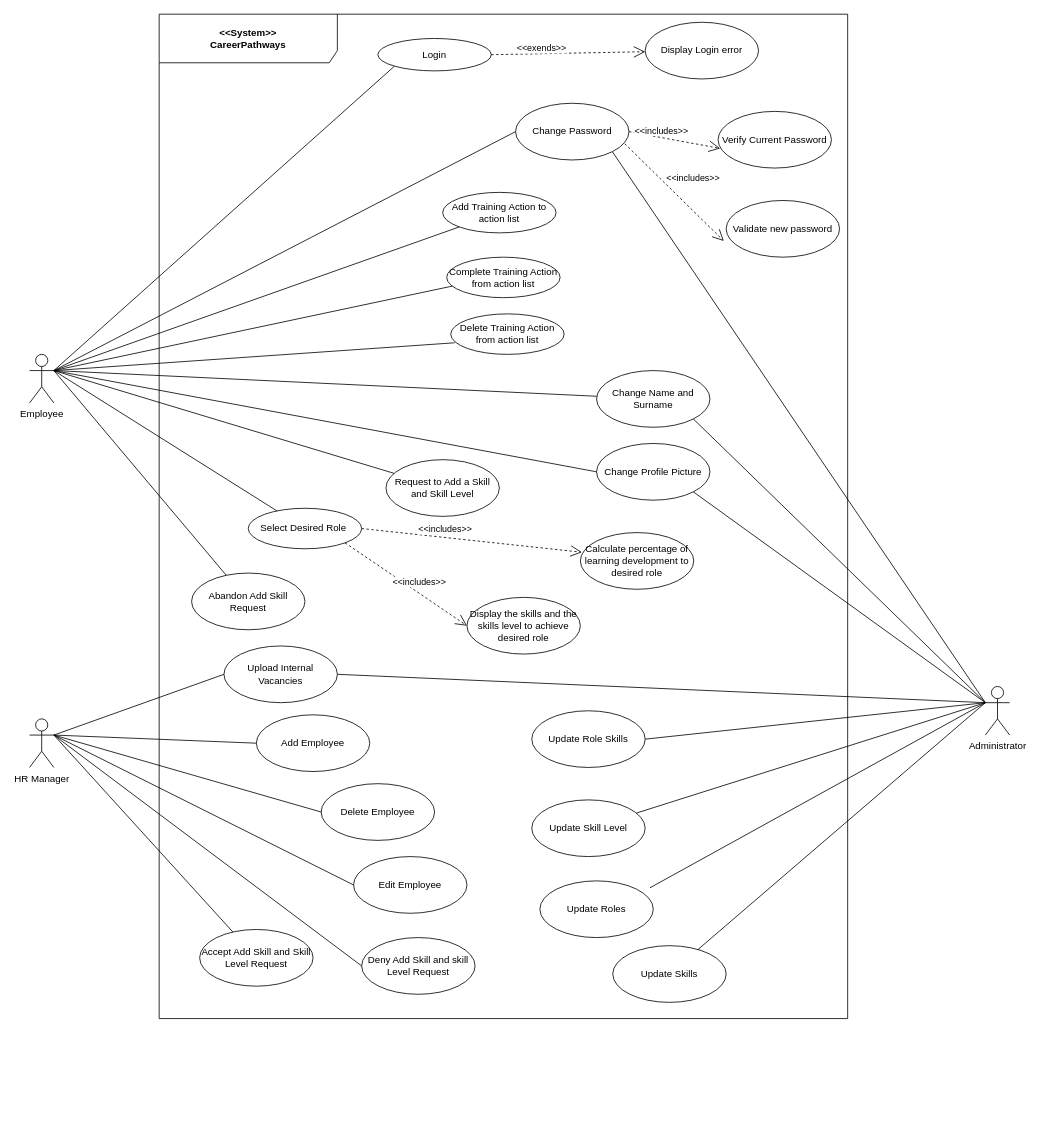
This is CareerPathways.drawio from learningCurve89/WorkBasedPortfolios, a draw.io file, before an edit. Source tidied: cells renumbered, new cells numbered last; positions are measured from the earlier drawing's top-left corner, leaving out a move shared by most shapes. Both pictures are drawn from the tidied source at 81%, with x=0, y=0 at pixel (29, 14).
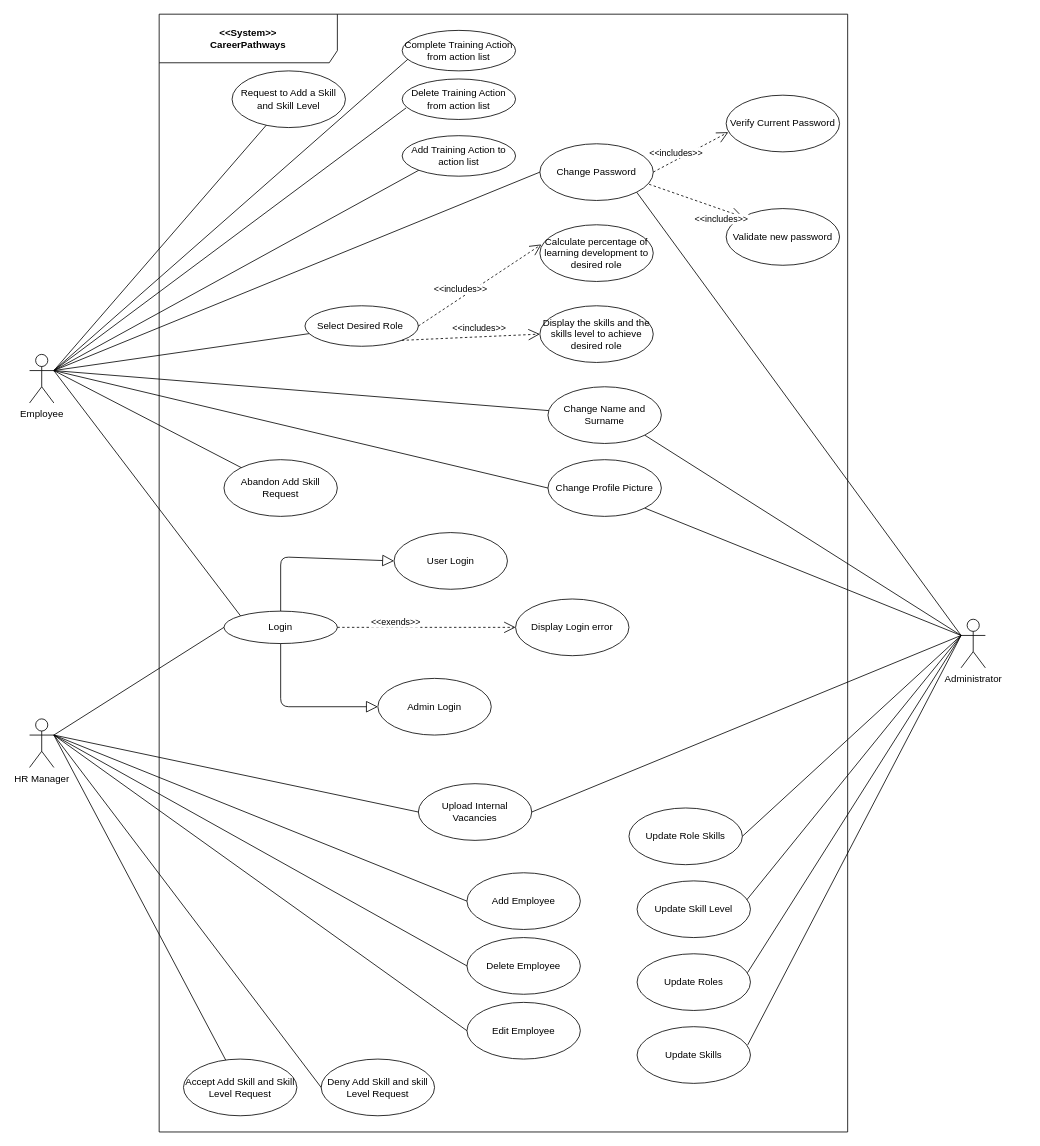
Above is the later version.

The change refers to these unchanged cells:
```xml
<mxCell id="3" value="Employee" style="shape=umlActor;verticalLabelPosition=bottom;verticalAlign=top;html=1;" parent="1" vertex="1">
  <mxGeometry y="420" width="30" height="60" as="geometry" />
</mxCell>
<mxCell id="4" value="HR Manager" style="shape=umlActor;verticalLabelPosition=bottom;verticalAlign=top;html=1;" parent="1" vertex="1">
  <mxGeometry y="870" width="30" height="60" as="geometry" />
</mxCell>
```

What changed in the source:
```diff
@@
     <mxCell id="2" value="&lt;b&gt;&amp;lt;&amp;lt;System&amp;gt;&amp;gt;&lt;br&gt;CareerPathways&lt;/b&gt;" style="shape=umlFrame;whiteSpace=wrap;html=1;width=220;height=60;" parent="1" vertex="1">
-      <mxGeometry x="160" width="850" height="1240" as="geometry" />
+      <mxGeometry x="160" width="850" height="1380" as="geometry" />
     </mxCell>
@@
     <mxCell id="5" value="Administrator" style="shape=umlActor;verticalLabelPosition=bottom;verticalAlign=top;html=1;" parent="1" vertex="1">
-      <mxGeometry x="1180" y="830" width="30" height="60" as="geometry" />
+      <mxGeometry x="1150" y="747" width="30" height="60" as="geometry" />
     </mxCell>
     <mxCell id="6" value="Login" style="ellipse;whiteSpace=wrap;html=1;" parent="1" vertex="1">
-      <mxGeometry x="430" y="30" width="140" height="40" as="geometry" />
+      <mxGeometry x="240" y="737" width="140" height="40" as="geometry" />
     </mxCell>
     <mxCell id="7" value="Add Training Action to action list" style="ellipse;whiteSpace=wrap;html=1;" parent="1" vertex="1">
-      <mxGeometry x="510" y="220" width="140" height="50" as="geometry" />
+      <mxGeometry x="460" y="150" width="140" height="50" as="geometry" />
     </mxCell>
     <mxCell id="8" value="Complete Training Action from action list" style="ellipse;whiteSpace=wrap;html=1;" parent="1" vertex="1">
-      <mxGeometry x="515" y="300" width="140" height="50" as="geometry" />
+      <mxGeometry x="460" y="20" width="140" height="50" as="geometry" />
     </mxCell>
     <mxCell id="9" value="Delete Training Action from action list" style="ellipse;whiteSpace=wrap;html=1;" parent="1" vertex="1">
-      <mxGeometry x="520" y="370" width="140" height="50" as="geometry" />
+      <mxGeometry x="460" y="80" width="140" height="50" as="geometry" />
     </mxCell>
     <mxCell id="10" value="Select Desired Role&amp;nbsp;" style="ellipse;whiteSpace=wrap;html=1;" parent="1" vertex="1">
-      <mxGeometry x="270" y="610" width="140" height="50" as="geometry" />
+      <mxGeometry x="340" y="360" width="140" height="50" as="geometry" />
     </mxCell>
     <mxCell id="11" value="Display the skills and the skills level to achieve desired role" style="ellipse;whiteSpace=wrap;html=1;" parent="1" vertex="1">
-      <mxGeometry x="540" y="720" width="140" height="70" as="geometry" />
+      <mxGeometry x="630" y="360" width="140" height="70" as="geometry" />
     </mxCell>
     <mxCell id="12" value="Change Password" style="ellipse;whiteSpace=wrap;html=1;" parent="1" vertex="1">
-      <mxGeometry x="600" y="110" width="140" height="70" as="geometry" />
+      <mxGeometry x="630" y="160" width="140" height="70" as="geometry" />
     </mxCell>
     <mxCell id="13" value="Verify Current Password" style="ellipse;whiteSpace=wrap;html=1;" parent="1" vertex="1">
-      <mxGeometry x="850" y="120" width="140" height="70" as="geometry" />
+      <mxGeometry x="860" y="100" width="140" height="70" as="geometry" />
     </mxCell>
     <mxCell id="14" value="Display Login error" style="ellipse;whiteSpace=wrap;html=1;" parent="1" vertex="1">
-      <mxGeometry x="760" y="10" width="140" height="70" as="geometry" />
+      <mxGeometry x="600" y="722" width="140" height="70" as="geometry" />
     </mxCell>
     <mxCell id="15" value="Change Name and Surname" style="ellipse;whiteSpace=wrap;html=1;" parent="1" vertex="1">
-      <mxGeometry x="700" y="440" width="140" height="70" as="geometry" />
+      <mxGeometry x="640" y="460" width="140" height="70" as="geometry" />
     </mxCell>
     <mxCell id="16" value="Change Profile Picture" style="ellipse;whiteSpace=wrap;html=1;" parent="1" vertex="1">
-      <mxGeometry x="700" y="530" width="140" height="70" as="geometry" />
+      <mxGeometry x="640" y="550" width="140" height="70" as="geometry" />
     </mxCell>
     <mxCell id="17" value="Calculate percentage of learning development to desired role" style="ellipse;whiteSpace=wrap;html=1;" parent="1" vertex="1">
-      <mxGeometry x="680" y="640" width="140" height="70" as="geometry" />
+      <mxGeometry x="630" y="260" width="140" height="70" as="geometry" />
     </mxCell>
     <mxCell id="18" value="Request to Add a Skill and Skill Level" style="ellipse;whiteSpace=wrap;html=1;" parent="1" vertex="1">
-      <mxGeometry x="440" y="550" width="140" height="70" as="geometry" />
+      <mxGeometry x="250" y="70" width="140" height="70" as="geometry" />
     </mxCell>
     <mxCell id="19" value="Abandon Add Skill Request" style="ellipse;whiteSpace=wrap;html=1;" parent="1" vertex="1">
-      <mxGeometry x="200" y="690" width="140" height="70" as="geometry" />
+      <mxGeometry x="240" y="550" width="140" height="70" as="geometry" />
     </mxCell>
     <mxCell id="20" value="Add Employee" style="ellipse;whiteSpace=wrap;html=1;" parent="1" vertex="1">
-      <mxGeometry x="280" y="865" width="140" height="70" as="geometry" />
+      <mxGeometry x="540" y="1060" width="140" height="70" as="geometry" />
     </mxCell>
     <mxCell id="21" value="Delete Employee" style="ellipse;whiteSpace=wrap;html=1;" parent="1" vertex="1">
-      <mxGeometry x="360" y="950" width="140" height="70" as="geometry" />
+      <mxGeometry x="540" y="1140" width="140" height="70" as="geometry" />
     </mxCell>
     <mxCell id="22" value="Edit Employee" style="ellipse;whiteSpace=wrap;html=1;" parent="1" vertex="1">
-      <mxGeometry x="400" y="1040" width="140" height="70" as="geometry" />
+      <mxGeometry x="540" y="1220" width="140" height="70" as="geometry" />
     </mxCell>
     <mxCell id="23" value="Accept Add Skill and Skill Level Request" style="ellipse;whiteSpace=wrap;html=1;" parent="1" vertex="1">
-      <mxGeometry x="210" y="1130" width="140" height="70" as="geometry" />
+      <mxGeometry x="190" y="1290" width="140" height="70" as="geometry" />
     </mxCell>
     <mxCell id="24" value="Deny Add Skill and skill Level Request" style="ellipse;whiteSpace=wrap;html=1;" parent="1" vertex="1">
-      <mxGeometry x="410" y="1140" width="140" height="70" as="geometry" />
+      <mxGeometry x="360" y="1290" width="140" height="70" as="geometry" />
     </mxCell>
     <mxCell id="25" value="Validate new password" style="ellipse;whiteSpace=wrap;html=1;" parent="1" vertex="1">
-      <mxGeometry x="860" y="230" width="140" height="70" as="geometry" />
+      <mxGeometry x="860" y="240" width="140" height="70" as="geometry" />
     </mxCell>
@@
     <mxCell id="31" value="Update Roles" style="ellipse;whiteSpace=wrap;html=1;" parent="1" vertex="1">
-      <mxGeometry x="630" y="1070" width="140" height="70" as="geometry" />
+      <mxGeometry x="750" y="1160" width="140" height="70" as="geometry" />
     </mxCell>
     <mxCell id="32" value="Update Skills" style="ellipse;whiteSpace=wrap;html=1;" parent="1" vertex="1">
-      <mxGeometry x="720" y="1150" width="140" height="70" as="geometry" />
+      <mxGeometry x="750" y="1250" width="140" height="70" as="geometry" />
     </mxCell>
     <mxCell id="33" value="Update Skill Level" style="ellipse;whiteSpace=wrap;html=1;" parent="1" vertex="1">
-      <mxGeometry x="620" y="970" width="140" height="70" as="geometry" />
+      <mxGeometry x="750" y="1070" width="140" height="70" as="geometry" />
     </mxCell>
     <mxCell id="34" value="Update Role Skills" style="ellipse;whiteSpace=wrap;html=1;" parent="1" vertex="1">
-      <mxGeometry x="620" y="860" width="140" height="70" as="geometry" />
+      <mxGeometry x="740" y="980" width="140" height="70" as="geometry" />
     </mxCell>
-    <mxCell id="35" style="endArrow=none;endFill=0;endSize=12;html=1;exitX=0;exitY=0.3333333333333333;exitDx=0;exitDy=0;exitPerimeter=0;" parent="1" edge="1" source="5" target="32">
+    <mxCell id="35" style="endArrow=none;endFill=0;endSize=12;html=1;exitX=0;exitY=0.3333333333333333;exitDx=0;exitDy=0;exitPerimeter=0;entryX=0.976;entryY=0.321;entryDx=0;entryDy=0;entryPerimeter=0;" parent="1" edge="1" source="5" target="32">
       <mxGeometry relative="1" as="geometry" />
     </mxCell>
-    <mxCell id="36" style="endArrow=none;endFill=0;endSize=12;html=1;exitX=0;exitY=0.3333333333333333;exitDx=0;exitDy=0;exitPerimeter=0;entryX=0.971;entryY=0.122;entryDx=0;entryDy=0;entryPerimeter=0;" parent="1" edge="1" source="5" target="31">
+    <mxCell id="36" style="endArrow=none;endFill=0;endSize=12;html=1;exitX=0;exitY=0.3333333333333333;exitDx=0;exitDy=0;exitPerimeter=0;entryX=0.974;entryY=0.333;entryDx=0;entryDy=0;entryPerimeter=0;" parent="1" edge="1" source="5" target="31">
       <mxGeometry relative="1" as="geometry" />
     </mxCell>
-    <mxCell id="37" style="endArrow=none;endFill=0;endSize=12;html=1;exitX=0;exitY=0.3333333333333333;exitDx=0;exitDy=0;exitPerimeter=0;" parent="1" edge="1" source="5" target="33">
+    <mxCell id="37" style="endArrow=none;endFill=0;endSize=12;html=1;exitX=0;exitY=0.3333333333333333;exitDx=0;exitDy=0;exitPerimeter=0;entryX=0.968;entryY=0.333;entryDx=0;entryDy=0;entryPerimeter=0;" parent="1" edge="1" source="5" target="33">
       <mxGeometry relative="1" as="geometry" />
     </mxCell>
@@
     <mxCell id="39" value="Upload Internal Vacancies" style="ellipse;whiteSpace=wrap;html=1;" parent="1" vertex="1">
-      <mxGeometry x="240" y="780" width="140" height="70" as="geometry" />
+      <mxGeometry x="480" y="950" width="140" height="70" as="geometry" />
     </mxCell>
@@
-    <mxCell id="50" style="endArrow=none;endFill=0;endSize=12;html=1;exitX=1;exitY=0.3333333333333333;exitDx=0;exitDy=0;exitPerimeter=0;entryX=0;entryY=1;entryDx=0;entryDy=0;" parent="1" edge="1" source="3" target="6">
+    <mxCell id="50" style="endArrow=none;endFill=0;endSize=12;html=1;exitX=1;exitY=0.3333333333333333;exitDx=0;exitDy=0;exitPerimeter=0;entryX=0;entryY=0;entryDx=0;entryDy=0;" parent="1" edge="1" source="3" target="6">
       <mxGeometry relative="1" as="geometry" />
     </mxCell>
@@
-    <mxCell id="55" style="endArrow=open;endFill=1;endSize=12;html=1;dashed=1;exitX=0.963;exitY=0.714;exitDx=0;exitDy=0;entryX=-0.021;entryY=0.714;entryDx=0;entryDy=0;entryPerimeter=0;exitPerimeter=0;" parent="1" edge="1" source="12" target="25">
+    <mxCell id="55" style="endArrow=open;endFill=1;endSize=12;html=1;dashed=1;exitX=0.963;exitY=0.714;exitDx=0;exitDy=0;entryX=0;entryY=0;entryDx=0;entryDy=0;exitPerimeter=0;" parent="1" edge="1" source="12" target="25">
       <mxGeometry relative="1" as="geometry" />
     </mxCell>
     <mxCell id="56" value="&amp;lt;&amp;lt;includes&amp;gt;&amp;gt;" style="edgeLabel;html=1;align=center;verticalAlign=middle;" parent="55" vertex="1">
       <mxGeometry x="-0.36" y="12" relative="1" as="geometry">
-        <mxPoint x="35.9" y="12.1" as="offset" />
+        <mxPoint x="47.7" y="41.2" as="offset" />
       </mxGeometry>
     </mxCell>
@@
+    <mxCell id="65" style="endArrow=none;endFill=0;endSize=12;html=1;exitX=1;exitY=0.3333333333333333;exitDx=0;exitDy=0;exitPerimeter=0;entryX=0;entryY=0.5;entryDx=0;entryDy=0;" parent="1" edge="1" source="4" target="6">
+      <mxGeometry relative="1" as="geometry" />
+    </mxCell>
+    <mxCell id="66" value="User Login" style="ellipse;whiteSpace=wrap;html=1;" parent="1" vertex="1">
+      <mxGeometry x="450" y="640" width="140" height="70" as="geometry" />
+    </mxCell>
+    <mxCell id="67" value="Admin Login" style="ellipse;whiteSpace=wrap;html=1;" parent="1" vertex="1">
+      <mxGeometry x="430" y="820" width="140" height="70" as="geometry" />
+    </mxCell>
+    <mxCell id="68" style="endArrow=block;endFill=0;endSize=12;html=1;exitX=0.5;exitY=0;exitDx=0;exitDy=0;entryX=0;entryY=0.5;entryDx=0;entryDy=0;" parent="1" edge="1" source="6" target="66">
+      <mxGeometry relative="1" as="geometry">
+        <Array as="points">
+          <mxPoint x="310" y="670" />
+        </Array>
+      </mxGeometry>
+    </mxCell>
+    <mxCell id="69" style="endArrow=block;endFill=0;endSize=12;html=1;exitX=0.5;exitY=1;exitDx=0;exitDy=0;entryX=0;entryY=0.5;entryDx=0;entryDy=0;" parent="1" edge="1" source="6" target="67">
+      <mxGeometry relative="1" as="geometry">
+        <Array as="points">
+          <mxPoint x="310" y="855" />
+        </Array>
+      </mxGeometry>
+    </mxCell>
```
